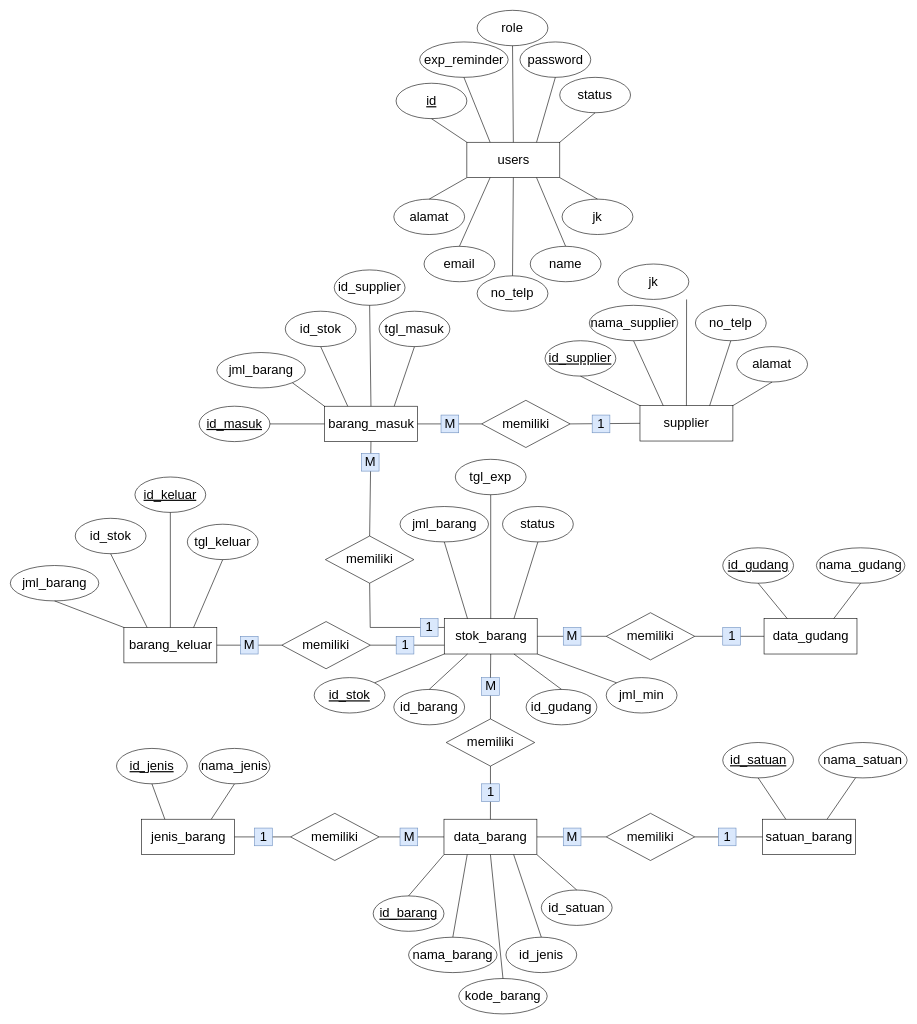
Before: TA/rancangan/ERD/erd TA.drawio in M3118061/Semester-6, a draw.io diagram. Source tidied: cells renumbered, new cells numbered last; positions are measured from the earlier drawing's top-left corner, leaving out a move shared by most shapes. Both pictures are drawn from the tidied source at 59%, with x=0, y=0 at pixel (10, 10).
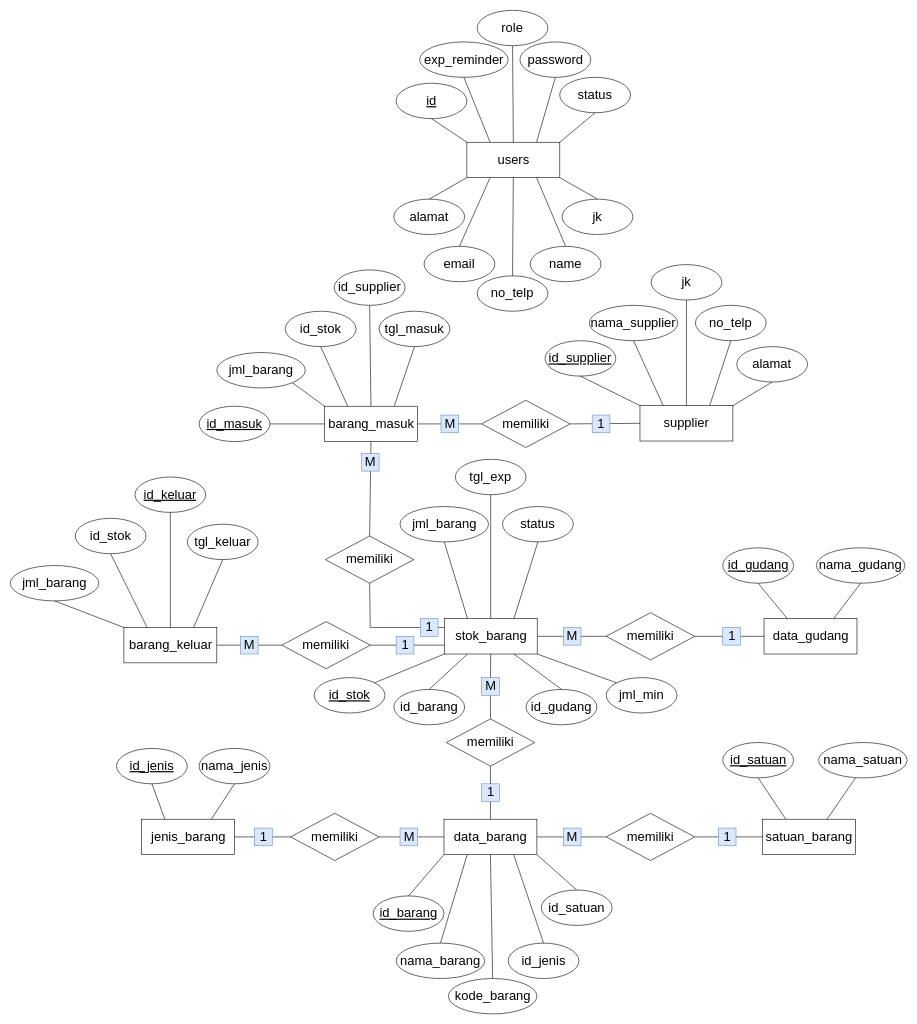
Above is the later version.

The change refers to these unchanged cells:
```xml
<mxCell id="7" value="supplier" style="rounded=0;whiteSpace=wrap;html=1;fontSize=22;" parent="1" vertex="1">
  <mxGeometry x="1067.2" y="670" width="157.5" height="60" as="geometry" />
</mxCell>
```

Diff of the diagram source:
```diff
@@
     <mxCell id="43" value="jk" style="ellipse;whiteSpace=wrap;html=1;align=center;fontSize=22;" parent="1" vertex="1">
-      <mxGeometry x="1030" y="430" width="120" height="60" as="geometry" />
+      <mxGeometry x="1086" y="431" width="120" height="60" as="geometry" />
     </mxCell>
@@
-    <mxCell id="48" style="endArrow=none;html=1;rounded=0;fontSize=22;fontColor=#000000;exitX=0.5;exitY=0;exitDx=0;exitDy=0;entryX=0.5;entryY=1;entryDx=0;entryDy=0;" parent="1" edge="1" source="7">
-      <mxGeometry relative="1" as="geometry">
-        <mxPoint x="1146.2" y="490" as="targetPoint" />
-      </mxGeometry>
+    <mxCell id="48" style="endArrow=none;html=1;rounded=0;fontSize=22;fontColor=#000000;exitX=0.5;exitY=0;exitDx=0;exitDy=0;entryX=0.5;entryY=1;entryDx=0;entryDy=0;" parent="1" edge="1" source="7" target="43">
+      <mxGeometry relative="1" as="geometry" />
     </mxCell>
@@
     <mxCell id="52" value="kode_barang" style="ellipse;whiteSpace=wrap;html=1;align=center;fontSize=22;" parent="1" vertex="1">
-      <mxGeometry x="760" y="1641" width="150" height="60" as="geometry" />
+      <mxGeometry x="742.5" y="1641" width="150" height="60" as="geometry" />
     </mxCell>
     <mxCell id="53" value="nama_barang" style="ellipse;whiteSpace=wrap;html=1;align=center;fontSize=22;" parent="1" vertex="1">
-      <mxGeometry x="675" y="1571" width="150" height="60" as="geometry" />
+      <mxGeometry x="654" y="1581" width="150" height="60" as="geometry" />
     </mxCell>
     <mxCell id="54" value="id_jenis" style="ellipse;whiteSpace=wrap;html=1;align=center;fontSize=22;" parent="1" vertex="1">
-      <mxGeometry x="840" y="1571" width="120" height="60" as="geometry" />
+      <mxGeometry x="843.8" y="1581" width="120" height="60" as="geometry" />
     </mxCell>
```
